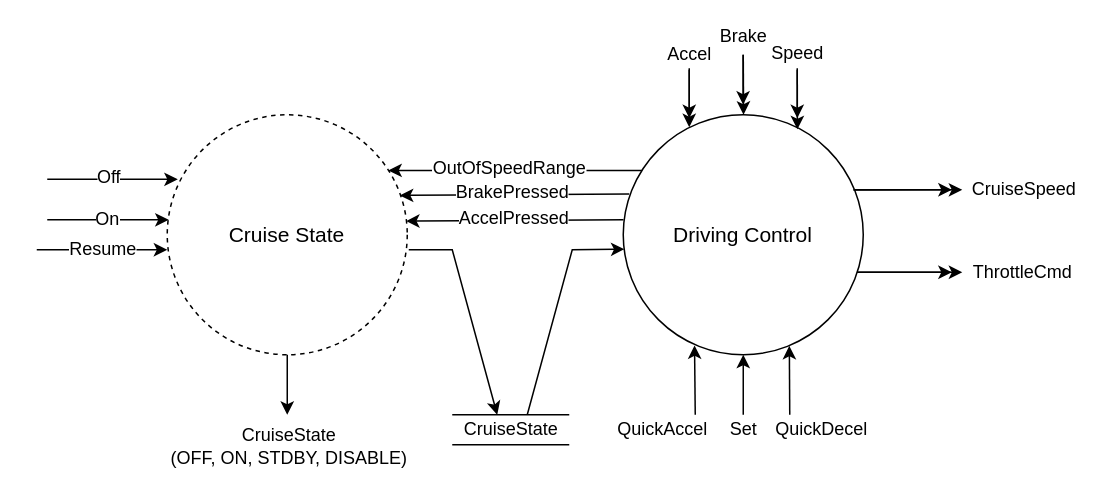
Before: Diagrams/refinement.drawio in jacoballen4534/Cruise-Controller, a draw.io diagram. Source tidied: cells renumbered, new cells numbered last; positions are measured from the earlier drawing's top-left corner, leaving out a move shared by most shapes. Both pictures are drawn from the tidied source at 150%, with x=0, y=0 at pixel (36, 54).
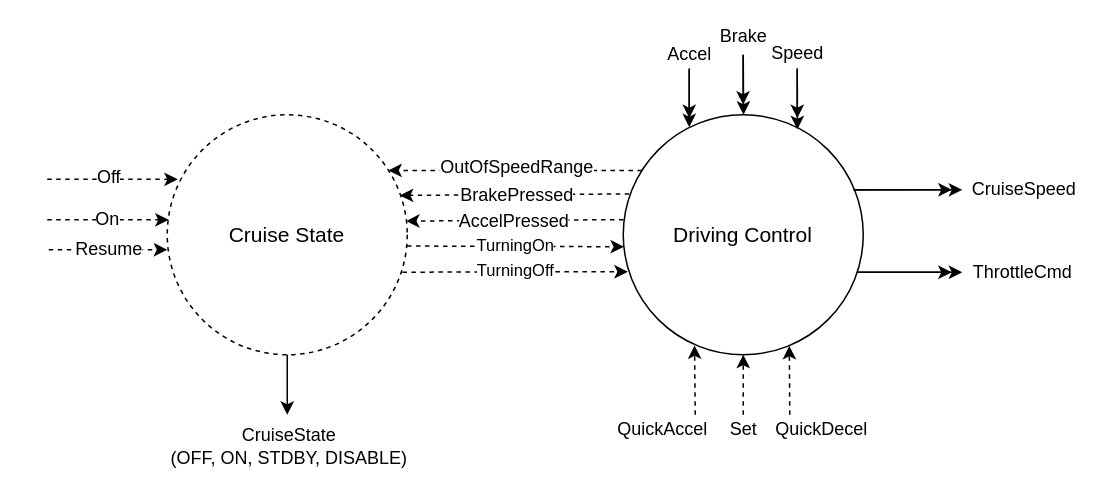
After the change.

Unchanged cells that the change refers to:
```xml
<mxCell id="2" value="Driving Control" style="ellipse;whiteSpace=wrap;html=1;fontSize=14;" parent="1" vertex="1">
  <mxGeometry x="391" y="40" width="160" height="160" as="geometry" />
</mxCell>
<mxCell id="3" value="Cruise State" style="ellipse;whiteSpace=wrap;html=1;dashed=1;fontSize=14;" parent="1" vertex="1">
  <mxGeometry x="87" y="40" width="160" height="160" as="geometry" />
</mxCell>
```

Change to the diagram source:
```diff
@@
-    <mxCell id="4" value="&lt;font style=&quot;font-size: 12px&quot;&gt;On&lt;/font&gt;" style="endArrow=classic;html=1;entryX=0.006;entryY=0.438;entryDx=0;entryDy=0;entryPerimeter=0;" parent="1" edge="1" target="3">
+    <mxCell id="4" value="&lt;font style=&quot;font-size: 12px&quot;&gt;On&lt;/font&gt;" style="endArrow=classic;html=1;entryX=0.006;entryY=0.438;entryDx=0;entryDy=0;entryPerimeter=0;dashed=1;" parent="1" edge="1" target="3">
       <mxGeometry relative="1" as="geometry">
         <mxPoint x="7" y="110" as="sourcePoint" />
         <Array as="points">
           <mxPoint x="51" y="110" />
         </Array>
       </mxGeometry>
     </mxCell>
-    <mxCell id="5" style="endArrow=classic;html=1;entryX=0.044;entryY=0.269;entryDx=0;entryDy=0;entryPerimeter=0;" parent="1" edge="1" target="3">
+    <mxCell id="5" style="endArrow=classic;html=1;entryX=0.044;entryY=0.269;entryDx=0;entryDy=0;entryPerimeter=0;dashed=1;" parent="1" edge="1" target="3">
       <mxGeometry relative="1" as="geometry">
         <mxPoint x="7" y="83" as="sourcePoint" />
       </mxGeometry>
     </mxCell>
@@
-    <mxCell id="7" value="&lt;font style=&quot;font-size: 12px&quot;&gt;Resume&lt;/font&gt;" style="endArrow=classic;html=1;entryX=0.044;entryY=0.269;entryDx=0;entryDy=0;entryPerimeter=0;" parent="1" edge="1">
+    <mxCell id="7" value="&lt;font style=&quot;font-size: 12px&quot;&gt;Resume&lt;/font&gt;" style="endArrow=classic;html=1;entryX=0.044;entryY=0.269;entryDx=0;entryDy=0;entryPerimeter=0;dashed=1;" parent="1" edge="1">
       <mxGeometry relative="1" as="geometry">
-        <mxPoint y="130" as="sourcePoint" />
+        <mxPoint x="8" y="130" as="sourcePoint" />
         <mxPoint x="87" y="130" as="targetPoint" />
       </mxGeometry>
     </mxCell>
-    <mxCell id="8" value="&lt;font style=&quot;font-size: 12px&quot;&gt;Set&lt;/font&gt;" style="endArrow=classic;html=1;entryX=0.5;entryY=1;entryDx=0;entryDy=0;" parent="1" edge="1" target="2">
+    <mxCell id="8" value="&lt;font style=&quot;font-size: 12px&quot;&gt;Set&lt;/font&gt;" style="endArrow=classic;html=1;entryX=0.5;entryY=1;entryDx=0;entryDy=0;dashed=1;" parent="1" edge="1" target="2">
       <mxGeometry x="-1" y="-10" relative="1" as="geometry">
         <mxPoint x="471" y="240" as="sourcePoint" />
         <mxPoint x="-10" y="10" as="offset" />
       </mxGeometry>
     </mxCell>
-    <mxCell id="9" value="&lt;font style=&quot;font-size: 12px&quot;&gt;QuickAccel&lt;/font&gt;" style="endArrow=classic;html=1;entryX=0.297;entryY=0.961;entryDx=0;entryDy=0;entryPerimeter=0;" parent="1" edge="1" target="2">
+    <mxCell id="9" value="&lt;font style=&quot;font-size: 12px&quot;&gt;QuickAccel&lt;/font&gt;" style="endArrow=classic;html=1;entryX=0.297;entryY=0.961;entryDx=0;entryDy=0;entryPerimeter=0;dashed=1;" parent="1" edge="1" target="2">
       <mxGeometry x="-1" y="24" relative="1" as="geometry">
         <mxPoint x="439" y="240" as="sourcePoint" />
         <mxPoint x="2" y="10" as="offset" />
       </mxGeometry>
     </mxCell>
-    <mxCell id="10" value="&lt;font style=&quot;font-size: 12px&quot;&gt;QuickDecel&lt;/font&gt;" style="endArrow=classic;html=1;entryX=0.692;entryY=0.963;entryDx=0;entryDy=0;entryPerimeter=0;" parent="1" edge="1" target="2">
+    <mxCell id="10" value="&lt;font style=&quot;font-size: 12px&quot;&gt;QuickDecel&lt;/font&gt;" style="endArrow=classic;html=1;entryX=0.692;entryY=0.963;entryDx=0;entryDy=0;entryPerimeter=0;dashed=1;" parent="1" edge="1" target="2">
       <mxGeometry x="-1" y="-23" relative="1" as="geometry">
         <mxPoint x="502" y="240" as="sourcePoint" />
         <mxPoint x="-2" y="10" as="offset" />
       </mxGeometry>
     </mxCell>
@@
-    <mxCell id="12" style="endArrow=classic;html=1;rounded=0;" parent="1" edge="1">
-      <mxGeometry relative="1" as="geometry">
-        <mxPoint x="248" y="130" as="sourcePoint" />
-        <mxPoint x="307" y="240" as="targetPoint" />
-        <Array as="points">
-          <mxPoint x="277" y="130" />
-        </Array>
-      </mxGeometry>
-    </mxCell>
-    <mxCell id="13" style="endArrow=classic;html=1;entryX=0.005;entryY=0.56;entryDx=0;entryDy=0;strokeColor=#000000;rounded=0;entryPerimeter=0;" parent="1" edge="1" target="2">
-      <mxGeometry relative="1" as="geometry">
-        <mxPoint x="327" y="240" as="sourcePoint" />
-        <Array as="points">
-          <mxPoint x="357" y="130" />
-        </Array>
-      </mxGeometry>
-    </mxCell>
-    <mxCell id="14" style="group;" parent="1" vertex="1">
-      <mxGeometry x="277" y="240" width="84" height="20" as="geometry" />
-    </mxCell>
-    <mxCell id="15" style="endArrow=none;html=1;" parent="14" edge="1">
-      <mxGeometry relative="1" as="geometry">
-        <mxPoint as="sourcePoint" />
-        <mxPoint x="78" as="targetPoint" />
-      </mxGeometry>
-    </mxCell>
-    <mxCell id="16" style="endArrow=none;html=1;" parent="14" edge="1">
-      <mxGeometry relative="1" as="geometry">
-        <mxPoint y="20" as="sourcePoint" />
-        <mxPoint x="78" y="20" as="targetPoint" />
-      </mxGeometry>
-    </mxCell>
-    <mxCell id="17" value="CruiseState" style="text;html=1;align=center;verticalAlign=middle;" parent="14" vertex="1">
-      <mxGeometry x="-1" width="80" height="20" as="geometry" />
-    </mxCell>
@@
-    <mxCell id="22" style="endArrow=classic;html=1;entryX=0.995;entryY=0.443;entryDx=0;entryDy=0;entryPerimeter=0;exitX=0.001;exitY=0.437;exitDx=0;exitDy=0;exitPerimeter=0;" parent="1" edge="1" source="2" target="3">
+    <mxCell id="22" style="endArrow=classic;html=1;entryX=0.995;entryY=0.443;entryDx=0;entryDy=0;entryPerimeter=0;exitX=0.001;exitY=0.437;exitDx=0;exitDy=0;exitPerimeter=0;dashed=1;" parent="1" edge="1" source="2" target="3">
       <mxGeometry relative="1" as="geometry" />
     </mxCell>
     <mxCell id="23" value="AccelPressed" style="text;html=1;align=center;verticalAlign=middle;labelBackgroundColor=#ffffff;" parent="22" vertex="1">
       <mxGeometry x="0.36" y="-2" relative="1" as="geometry">
-        <mxPoint x="25.8" as="offset" />
+        <mxPoint x="25.8" y="2.4" as="offset" />
       </mxGeometry>
     </mxCell>
-    <mxCell id="24" style="endArrow=classic;html=1;entryX=0.969;entryY=0.336;entryDx=0;entryDy=0;entryPerimeter=0;exitX=0.025;exitY=0.33;exitDx=0;exitDy=0;exitPerimeter=0;" parent="1" edge="1" source="2" target="3">
+    <mxCell id="24" style="endArrow=classic;html=1;entryX=0.969;entryY=0.336;entryDx=0;entryDy=0;entryPerimeter=0;exitX=0.025;exitY=0.33;exitDx=0;exitDy=0;exitPerimeter=0;dashed=1;" parent="1" edge="1" source="2" target="3">
       <mxGeometry relative="1" as="geometry" />
     </mxCell>
     <mxCell id="25" value="BrakePressed" style="text;html=1;align=center;verticalAlign=middle;labelBackgroundColor=#ffffff;" parent="24" vertex="1">
       <mxGeometry x="0.36" y="-2" relative="1" as="geometry">
-        <mxPoint x="25.8" as="offset" />
+        <mxPoint x="28.1" y="1.6" as="offset" />
       </mxGeometry>
     </mxCell>
-    <mxCell id="26" style="endArrow=classic;html=1;entryX=0.921;entryY=0.232;entryDx=0;entryDy=0;entryPerimeter=0;exitX=0.078;exitY=0.232;exitDx=0;exitDy=0;exitPerimeter=0;" parent="1" edge="1" source="2" target="3">
+    <mxCell id="26" style="endArrow=classic;html=1;entryX=0.921;entryY=0.232;entryDx=0;entryDy=0;entryPerimeter=0;exitX=0.078;exitY=0.232;exitDx=0;exitDy=0;exitPerimeter=0;dashed=1;" parent="1" edge="1" source="2" target="3">
       <mxGeometry relative="1" as="geometry" />
     </mxCell>
     <mxCell id="27" value="OutOfSpeedRange" style="text;html=1;align=center;verticalAlign=middle;labelBackgroundColor=#ffffff;" parent="26" vertex="1">
       <mxGeometry x="0.36" y="-2" relative="1" as="geometry">
-        <mxPoint x="25.8" as="offset" />
+        <mxPoint x="30.7" y="-1.1" as="offset" />
       </mxGeometry>
     </mxCell>
@@
+    <mxCell id="36" style="endArrow=classic;html=1;exitX=0.999;exitY=0.547;exitDx=0;exitDy=0;exitPerimeter=0;entryX=0.003;entryY=0.55;entryDx=0;entryDy=0;entryPerimeter=0;dashed=1;" parent="1" edge="1" source="3" target="2">
+      <mxGeometry relative="1" as="geometry" />
+    </mxCell>
+    <mxCell id="37" value="TurningOn" style="edgeLabel;html=1;align=center;verticalAlign=middle;" parent="36" vertex="1">
+      <mxGeometry x="0.37" y="1" relative="1" as="geometry">
+        <mxPoint x="-27" y="0.1" as="offset" />
+      </mxGeometry>
+    </mxCell>
+    <mxCell id="38" style="endArrow=classic;html=1;entryX=0.019;entryY=0.654;entryDx=0;entryDy=0;entryPerimeter=0;exitX=0.98;exitY=0.656;exitDx=0;exitDy=0;exitPerimeter=0;dashed=1;" parent="1" edge="1" source="3" target="2">
+      <mxGeometry relative="1" as="geometry" />
+    </mxCell>
+    <mxCell id="39" value="TurningOff" style="edgeLabel;html=1;align=center;verticalAlign=middle;" parent="38" vertex="1">
+      <mxGeometry x="-0.07" relative="1" as="geometry">
+        <mxPoint x="4.9" y="-1.8" as="offset" />
+      </mxGeometry>
+    </mxCell>
```
